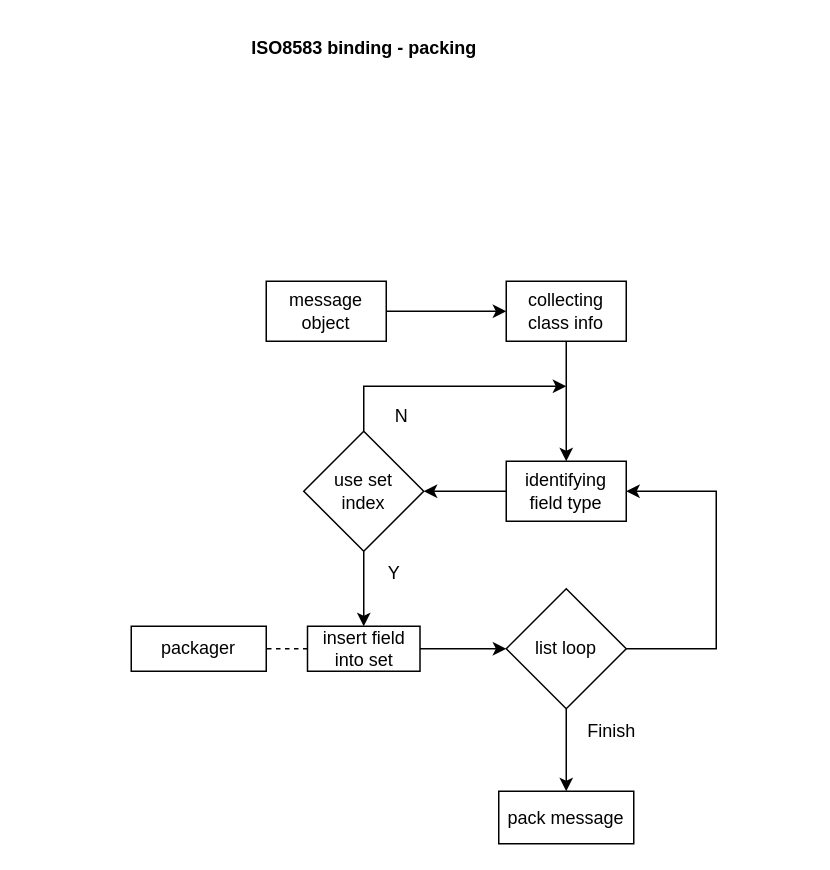
The draw.io diagram ISO8583 binding-packing.drawio in PramudiaPutra/diagrams, before the edit. Source tidied: cells renumbered, new cells numbered last; positions are measured from the earlier drawing's top-left corner, leaving out a move shared by most shapes. Both pictures are drawn from the tidied source at 150%, with x=0, y=0 at pixel (130, 26).
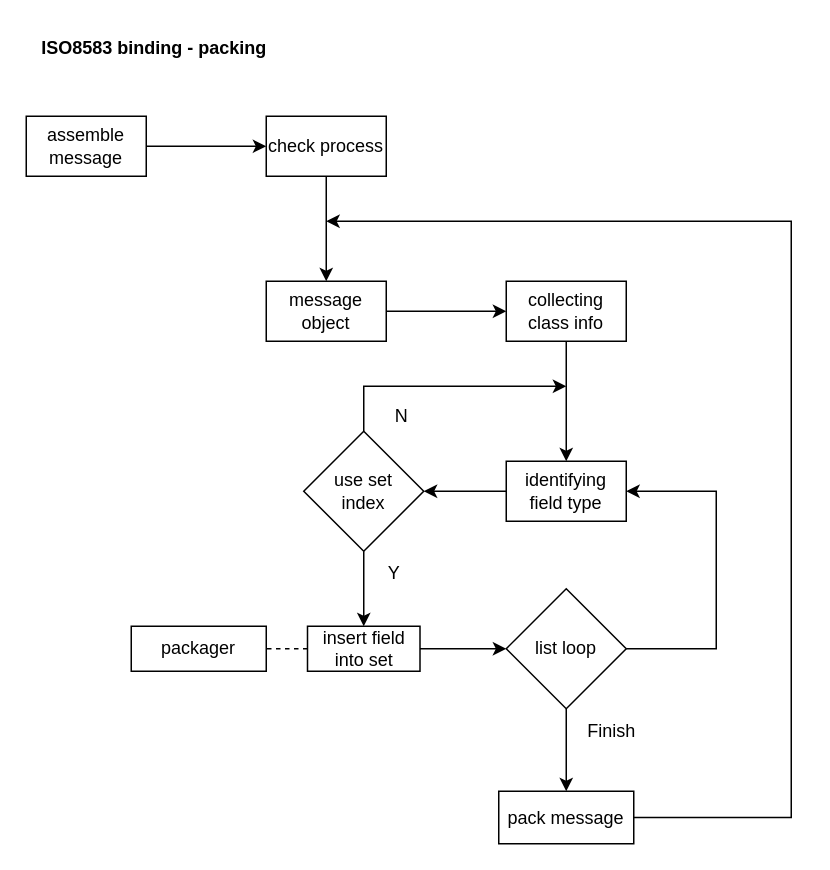
After the change.

Unchanged cells that the change refers to:
```xml
<mxCell id="3" value="message object" style="rounded=0;whiteSpace=wrap;html=1;" parent="1" vertex="1">
  <mxGeometry x="90" y="170" width="80" height="40" as="geometry" />
</mxCell>
<mxCell id="21" value="pack message" style="whiteSpace=wrap;html=1;rounded=0;" parent="1" vertex="1">
  <mxGeometry x="245" y="510" width="90" height="35" as="geometry" />
</mxCell>
```

Diff of the diagram source:
```diff
@@
     <mxCell id="6" value="&lt;b&gt;ISO8583 binding - packing&lt;/b&gt;" style="text;html=1;align=center;verticalAlign=middle;strokeColor=none;fillColor=none;" parent="1" vertex="1">
-      <mxGeometry x="70" width="170" height="30" as="geometry" />
+      <mxGeometry x="-70" width="170" height="30" as="geometry" />
     </mxCell>
@@
+    <mxCell id="23" style="edgeStyle=orthogonalEdgeStyle;rounded=0;jettySize=auto;html=1;endArrow=classic;endFill=1;" parent="1" edge="1" source="21">
+      <mxGeometry relative="1" as="geometry">
+        <mxPoint x="130" y="130" as="targetPoint" />
+        <Array as="points">
+          <mxPoint x="440" y="528" />
+          <mxPoint x="440" y="130" />
+        </Array>
+      </mxGeometry>
+    </mxCell>
@@
+    <mxCell id="24" style="edgeStyle=orthogonalEdgeStyle;rounded=0;jettySize=auto;html=1;endArrow=classic;endFill=1;" parent="1" edge="1" source="25" target="3">
+      <mxGeometry relative="1" as="geometry" />
+    </mxCell>
+    <mxCell id="25" value="check process" style="rounded=0;whiteSpace=wrap;html=1;" parent="1" vertex="1">
+      <mxGeometry x="90" y="60" width="80" height="40" as="geometry" />
+    </mxCell>
+    <mxCell id="26" style="edgeStyle=orthogonalEdgeStyle;rounded=0;jettySize=auto;html=1;endArrow=classic;endFill=1;" parent="1" edge="1" source="27" target="25">
+      <mxGeometry relative="1" as="geometry" />
+    </mxCell>
+    <mxCell id="27" value="assemble message" style="rounded=0;whiteSpace=wrap;html=1;" parent="1" vertex="1">
+      <mxGeometry x="-70" y="60" width="80" height="40" as="geometry" />
+    </mxCell>
```
